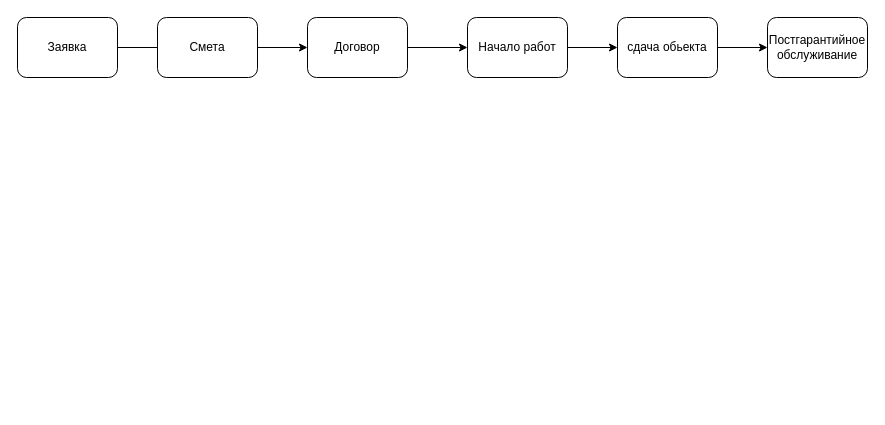
This is Untitled Diagram.drawio from Valeriafedotova/-, a draw.io file, before an edit. Source tidied: cells renumbered, new cells numbered last; positions are measured from the earlier drawing's top-left corner, leaving out a move shared by most shapes. Both pictures are drawn from the tidied source at 100%, with x=0, y=0 at pixel (17, 17).
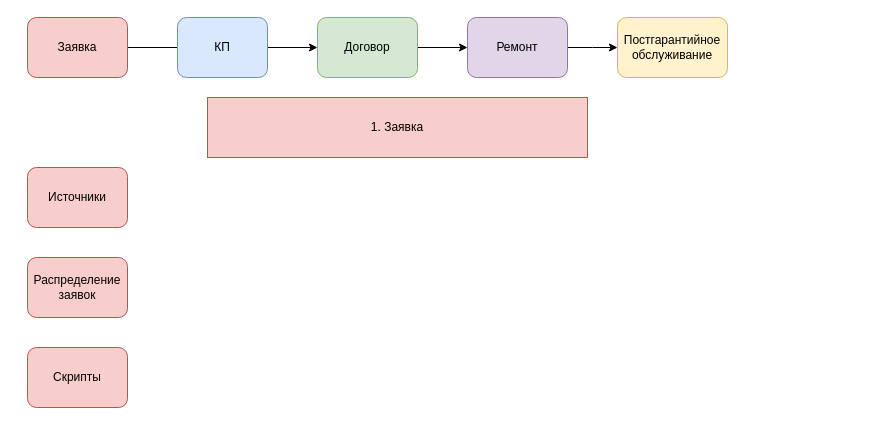
After the change.

Diff of the diagram source:
```diff
@@
 <mxGraphModel>
   <root>
     <mxCell id="0" />
     <mxCell id="1" parent="0" />
     <mxCell id="2" style="edgeStyle=orthogonalEdgeStyle;rounded=0;jettySize=auto;html=1;" parent="1" edge="1" source="3">
       <mxGeometry relative="1" as="geometry">
         <mxPoint x="220" y="30" as="targetPoint" />
       </mxGeometry>
     </mxCell>
-    <mxCell id="3" value="Заявка" style="rounded=1;whiteSpace=wrap;html=1;" parent="1" vertex="1">
-      <mxGeometry width="100" height="60" as="geometry" />
+    <mxCell id="3" value="Заявка" style="rounded=1;whiteSpace=wrap;html=1;fillColor=#f8cecc;strokeColor=#b85450;" parent="1" vertex="1">
+      <mxGeometry x="10" width="100" height="60" as="geometry" />
     </mxCell>
     <mxCell id="4" style="edgeStyle=orthogonalEdgeStyle;rounded=0;jettySize=auto;html=1;" parent="1" edge="1" source="5" target="7">
       <mxGeometry relative="1" as="geometry" />
     </mxCell>
-    <mxCell id="5" value="Смета" style="rounded=1;whiteSpace=wrap;html=1;" parent="1" vertex="1">
-      <mxGeometry x="140" width="100" height="60" as="geometry" />
+    <mxCell id="5" value="КП" style="rounded=1;whiteSpace=wrap;html=1;fillColor=#dae8fc;strokeColor=#6c8ebf;" parent="1" vertex="1">
+      <mxGeometry x="160" width="90" height="60" as="geometry" />
     </mxCell>
     <mxCell id="6" style="edgeStyle=orthogonalEdgeStyle;rounded=0;jettySize=auto;html=1;" parent="1" edge="1" source="7" target="9">
       <mxGeometry relative="1" as="geometry" />
     </mxCell>
-    <mxCell id="7" value="Договор" style="rounded=1;whiteSpace=wrap;html=1;" parent="1" vertex="1">
-      <mxGeometry x="290" width="100" height="60" as="geometry" />
+    <mxCell id="7" value="Договор" style="rounded=1;whiteSpace=wrap;html=1;fillColor=#d5e8d4;strokeColor=#82b366;" parent="1" vertex="1">
+      <mxGeometry x="300" width="100" height="60" as="geometry" />
     </mxCell>
-    <mxCell id="8" style="edgeStyle=orthogonalEdgeStyle;rounded=0;jettySize=auto;html=1;" parent="1" edge="1" source="9" target="11">
-      <mxGeometry relative="1" as="geometry" />
+    <mxCell id="8" style="edgeStyle=orthogonalEdgeStyle;rounded=0;jettySize=auto;html=1;" parent="1" edge="1" source="9">
+      <mxGeometry relative="1" as="geometry">
+        <mxPoint x="600" y="30" as="targetPoint" />
+      </mxGeometry>
     </mxCell>
-    <mxCell id="9" value="Начало работ" style="rounded=1;whiteSpace=wrap;html=1;" parent="1" vertex="1">
+    <mxCell id="9" value="Ремонт" style="rounded=1;whiteSpace=wrap;html=1;fillColor=#e1d5e7;strokeColor=#9673a6;" parent="1" vertex="1">
       <mxGeometry x="450" width="100" height="60" as="geometry" />
     </mxCell>
-    <mxCell id="10" style="edgeStyle=orthogonalEdgeStyle;rounded=0;jettySize=auto;html=1;" parent="1" edge="1" source="11" target="12">
-      <mxGeometry relative="1" as="geometry" />
-    </mxCell>
-    <mxCell id="11" value="сдача обьекта" style="rounded=1;whiteSpace=wrap;html=1;" parent="1" vertex="1">
-      <mxGeometry x="600" width="100" height="60" as="geometry" />
-    </mxCell>
-    <mxCell id="12" value="Постгарантийное обслуживание" style="rounded=1;whiteSpace=wrap;html=1;" parent="1" vertex="1">
-      <mxGeometry x="750" width="100" height="60" as="geometry" />
+    <mxCell id="12" value="Постгарантийное обслуживание" style="rounded=1;whiteSpace=wrap;html=1;fillColor=#fff2cc;strokeColor=#d6b656;" parent="1" vertex="1">
+      <mxGeometry x="600" width="110" height="60" as="geometry" />
     </mxCell>
+    <mxCell id="13" value="Источники" style="rounded=1;whiteSpace=wrap;html=1;sketch=0;fillColor=#f8cecc;strokeColor=#b85450;" parent="1" vertex="1">
+      <mxGeometry x="10" y="150" width="100" height="60" as="geometry" />
+    </mxCell>
+    <mxCell id="14" value="Распределение заявок" style="rounded=1;whiteSpace=wrap;html=1;sketch=0;fillColor=#f8cecc;strokeColor=#b85450;" parent="1" vertex="1">
+      <mxGeometry x="10" y="240" width="100" height="60" as="geometry" />
+    </mxCell>
+    <mxCell id="15" value="Скрипты" style="rounded=1;whiteSpace=wrap;html=1;sketch=0;fillColor=#f8cecc;strokeColor=#b85450;" parent="1" vertex="1">
+      <mxGeometry x="10" y="330" width="100" height="60" as="geometry" />
+    </mxCell>
+    <mxCell id="16" value="1. Заявка" style="rounded=0;whiteSpace=wrap;html=1;sketch=0;fillColor=#f8cecc;strokeColor=#b85450;" parent="1" vertex="1">
+      <mxGeometry x="190" y="80" width="380" height="60" as="geometry" />
+    </mxCell>
   </root>
 </mxGraphModel>
```
